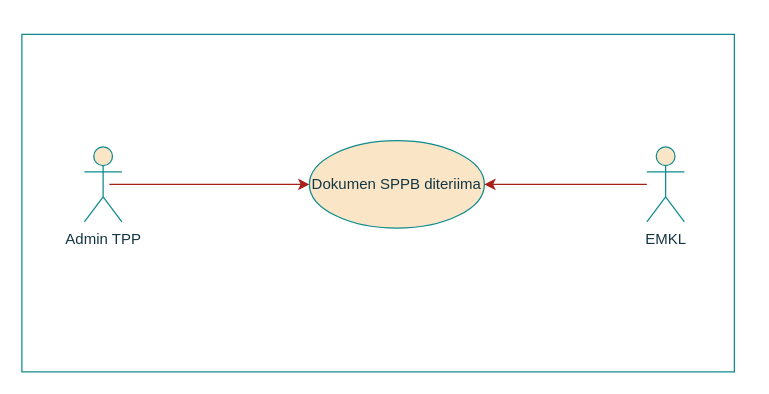
This is page "keluar" (2 of 2) of usecase bab 3 pa tata.drawio from cuangshulhan/Flowchart, a draw.io file, before an edit. Source tidied: cells renumbered, new cells numbered last; positions are measured from the earlier drawing's top-left corner, leaving out a move shared by most shapes. Both pictures are drawn from the tidied source at 125%, with x=0, y=0 at pixel (21, 34).
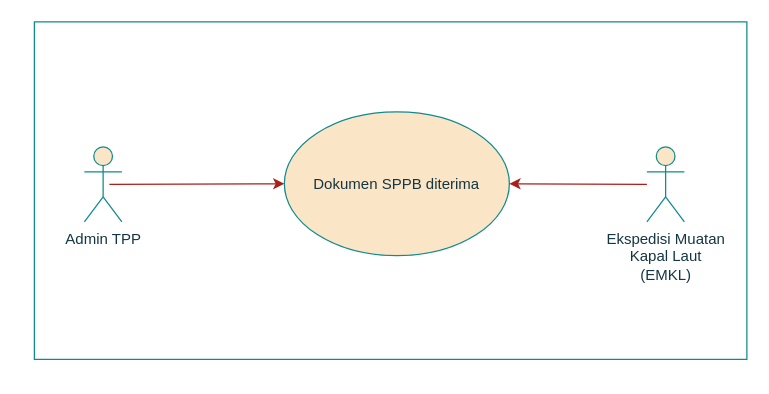
The same page after the edit.

Diff of the diagram source:
```diff
@@
 <mxGraphModel>
   <root>
     <mxCell id="0" />
     <mxCell id="1" parent="0" />
     <mxCell id="2" value="Admin TPP" style="shape=umlActor;verticalLabelPosition=bottom;verticalAlign=top;html=1;fillColor=#FAE5C7;strokeColor=#0F8B8D;fontColor=#143642;" parent="1" vertex="1">
       <mxGeometry x="50" y="90" width="30" height="60" as="geometry" />
     </mxCell>
-    <mxCell id="3" value="EMKL" style="shape=umlActor;verticalLabelPosition=bottom;verticalAlign=top;html=1;fillColor=#FAE5C7;strokeColor=#0F8B8D;fontColor=#143642;" parent="1" vertex="1">
+    <mxCell id="3" value="&lt;div&gt;Ekspedisi Muatan &lt;br&gt;&lt;/div&gt;&lt;div&gt;Kapal Laut &lt;br&gt;&lt;/div&gt;&lt;div&gt;(EMKL)&lt;/div&gt;" style="shape=umlActor;verticalLabelPosition=bottom;verticalAlign=top;html=1;fillColor=#FAE5C7;strokeColor=#0F8B8D;fontColor=#143642;" parent="1" vertex="1">
       <mxGeometry x="500" y="90" width="30" height="60" as="geometry" />
     </mxCell>
-    <mxCell id="4" value="Dokumen SPPB diteriima" style="ellipse;whiteSpace=wrap;html=1;fillColor=#FAE5C7;strokeColor=#0F8B8D;fontColor=#143642;" parent="1" vertex="1">
-      <mxGeometry x="230" y="85" width="140" height="70" as="geometry" />
+    <mxCell id="4" value="Dokumen SPPB diterima" style="ellipse;whiteSpace=wrap;html=1;fillColor=#FAE5C7;strokeColor=#0F8B8D;fontColor=#143642;" parent="1" vertex="1">
+      <mxGeometry x="210" y="62" width="180" height="115" as="geometry" />
     </mxCell>
     <mxCell id="5" style="endArrow=classic;html=1;entryX=0;entryY=0.5;entryDx=0;entryDy=0;strokeColor=#A8201A;fontColor=#143642;labelBackgroundColor=#DAD2D8;" parent="1" edge="1" target="4">
       <mxGeometry relative="1" as="geometry">
         <mxPoint x="70" y="120" as="sourcePoint" />
       </mxGeometry>
     </mxCell>
     <mxCell id="6" style="endArrow=classic;html=1;entryX=1;entryY=0.5;entryDx=0;entryDy=0;strokeColor=#A8201A;fontColor=#143642;labelBackgroundColor=#DAD2D8;" parent="1" edge="1" source="3" target="4">
       <mxGeometry relative="1" as="geometry" />
     </mxCell>
     <mxCell id="7" style="rounded=0;whiteSpace=wrap;html=1;sketch=0;strokeColor=#0F8B8D;fillColor=none;fontColor=#143642;" parent="1" vertex="1">
-      <mxGeometry width="570" height="270" as="geometry" />
+      <mxGeometry x="10" y="-10" width="570" height="270" as="geometry" />
     </mxCell>
   </root>
 </mxGraphModel>
```
